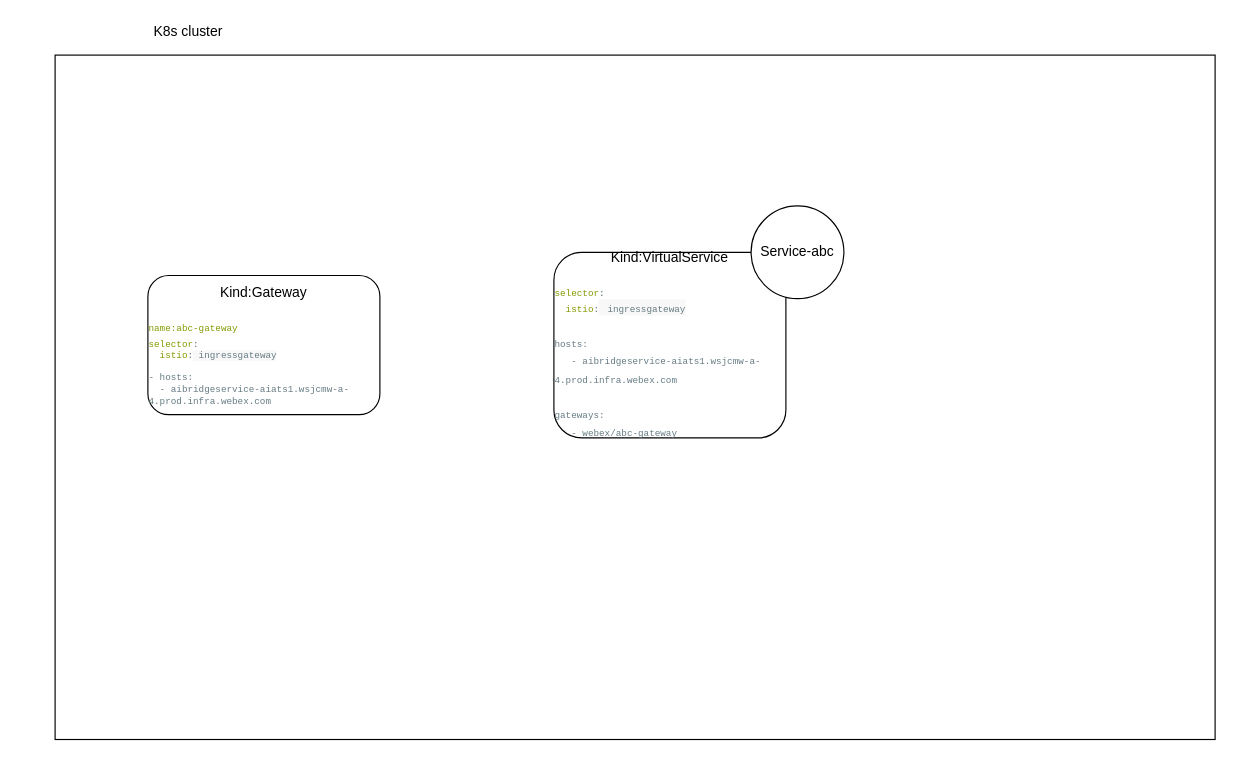
This is WEBEX-Istio-network-design.drawio from Tomoku-dm/diagrams_file, a draw.io file, before an edit. Source tidied: cells renumbered, new cells numbered last; positions are measured from the earlier drawing's top-left corner, leaving out a move shared by most shapes. Both pictures are drawn from the tidied source at 116%, with x=0, y=0 at pixel (55, 20).
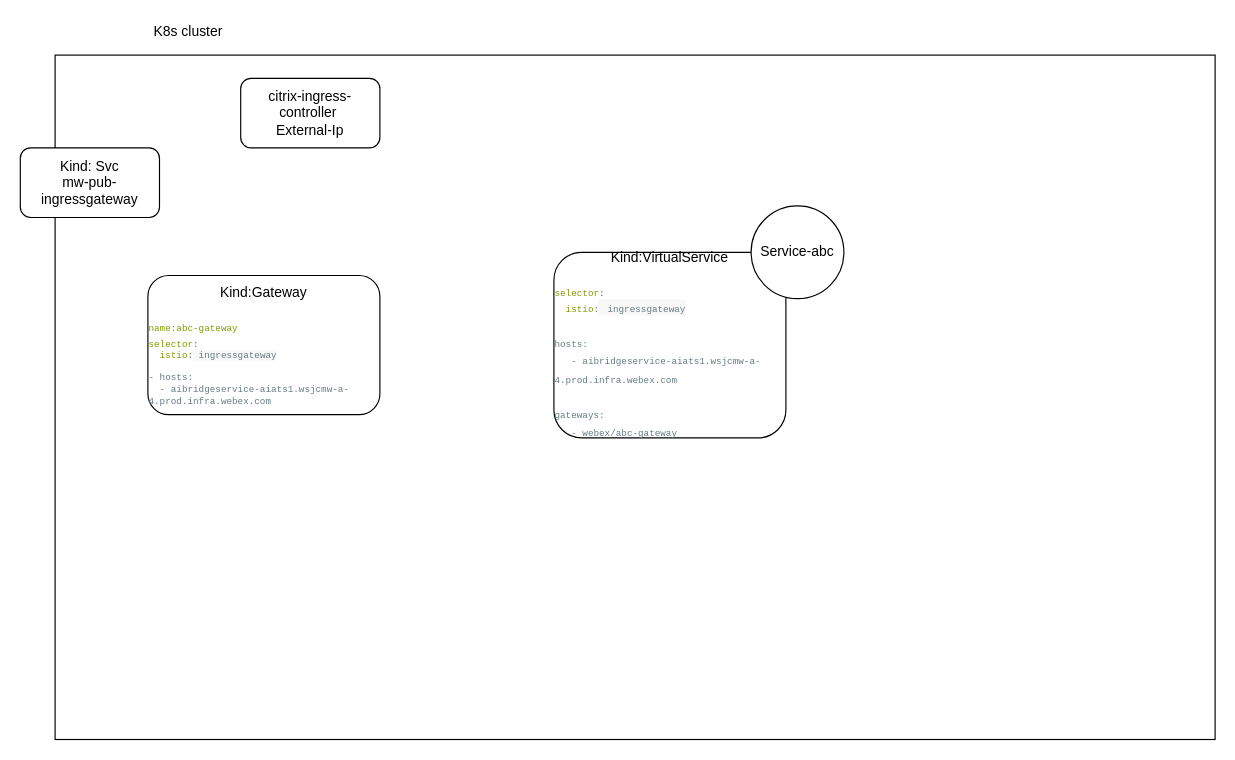
The same diagram, later.

Diff of the diagram source:
```diff
@@
 <mxGraphModel>
   <root>
     <mxCell id="0" />
     <mxCell id="1" parent="0" />
     <mxCell id="2" style="rounded=0;whiteSpace=wrap;html=1;" parent="1" vertex="1">
       <mxGeometry y="30" width="1000" height="590" as="geometry" />
     </mxCell>
     <mxCell id="3" value="K8s cluster" style="text;html=1;strokeColor=none;fillColor=none;align=center;verticalAlign=middle;whiteSpace=wrap;rounded=0;" parent="1" vertex="1">
       <mxGeometry x="70" width="90" height="20" as="geometry" />
     </mxCell>
     <mxCell id="4" value="Kind:Gateway&lt;br&gt;&lt;br&gt;&lt;div style=&quot;text-align: left;&quot;&gt;&lt;span style=&quot;font-size: 8px; background-color: initial; margin: 0px; padding: 0px; border: 0px; font-variant-numeric: inherit; font-variant-east-asian: inherit; font-variant-alternates: inherit; font-stretch: inherit; line-height: inherit; font-family: Consolas, Monaco, &amp;quot;Andale Mono&amp;quot;, monospace; font-optical-sizing: inherit; font-kerning: inherit; font-feature-settings: inherit; font-variation-settings: inherit; vertical-align: baseline; color: rgb(133, 153, 0);&quot; class=&quot;token key atrule&quot;&gt;name:abc-gateway&lt;br&gt;selector&lt;/span&gt;&lt;span style=&quot;font-size: 8px; background-color: initial; margin: 0px; padding: 0px; border: 0px; font-variant-numeric: inherit; font-variant-east-asian: inherit; font-variant-alternates: inherit; font-stretch: inherit; line-height: inherit; font-family: Consolas, Monaco, &amp;quot;Andale Mono&amp;quot;, monospace; font-optical-sizing: inherit; font-kerning: inherit; font-feature-settings: inherit; font-variation-settings: inherit; vertical-align: baseline; color: rgb(88, 110, 117);&quot; class=&quot;token punctuation&quot;&gt;:&lt;/span&gt;&lt;/div&gt;   &lt;font style=&quot;font-size: 8px;&quot;&gt;&lt;div style=&quot;text-align: left;&quot;&gt;&lt;span style=&quot;background-color: initial; margin: 0px; padding: 0px; border: 0px; font-variant-numeric: inherit; font-variant-east-asian: inherit; font-variant-alternates: inherit; font-stretch: inherit; line-height: inherit; font-family: Consolas, Monaco, &amp;quot;Andale Mono&amp;quot;, monospace; font-optical-sizing: inherit; font-kerning: inherit; font-feature-settings: inherit; font-variation-settings: inherit; vertical-align: baseline; color: rgb(133, 153, 0);&quot; class=&quot;token key atrule&quot;&gt;&amp;nbsp; istio&lt;/span&gt;&lt;span style=&quot;background-color: initial; margin: 0px; padding: 0px; border: 0px; font-variant-numeric: inherit; font-variant-east-asian: inherit; font-variant-alternates: inherit; font-stretch: inherit; line-height: inherit; font-family: Consolas, Monaco, &amp;quot;Andale Mono&amp;quot;, monospace; font-optical-sizing: inherit; font-kerning: inherit; font-feature-settings: inherit; font-variation-settings: inherit; vertical-align: baseline; color: rgb(88, 110, 117);&quot; class=&quot;token punctuation&quot;&gt;:&lt;/span&gt;&lt;span style=&quot;color: rgb(101, 123, 131); font-family: Consolas, Monaco, &amp;quot;Andale Mono&amp;quot;, monospace; background-color: rgb(248, 248, 248);&quot;&gt; ingressgateway&lt;br&gt;&lt;br&gt;&lt;div&gt;- hosts:&lt;/div&gt;&lt;div&gt;&amp;nbsp; - aibridgeservice-aiats1.wsjcmw-a-4.prod.infra.webex.com&lt;/div&gt;&lt;/span&gt;&lt;/div&gt;&lt;/font&gt;" style="rounded=1;whiteSpace=wrap;html=1;" parent="1" vertex="1">
       <mxGeometry x="80" y="220" width="200" height="120" as="geometry" />
     </mxCell>
     <mxCell id="5" style="group;" parent="1" vertex="1">
       <mxGeometry x="430" y="160" width="250" height="200" as="geometry" />
     </mxCell>
     <mxCell id="6" value="Kind:VirtualService&lt;br&gt;&lt;br&gt;&lt;div style=&quot;text-align: left;&quot;&gt;&lt;span style=&quot;font-size: 8px; background-color: initial; margin: 0px; padding: 0px; border: 0px; font-variant-numeric: inherit; font-variant-east-asian: inherit; font-variant-alternates: inherit; font-stretch: inherit; line-height: inherit; font-family: Consolas, Monaco, &amp;quot;Andale Mono&amp;quot;, monospace; font-optical-sizing: inherit; font-kerning: inherit; font-feature-settings: inherit; font-variation-settings: inherit; vertical-align: baseline; color: rgb(133, 153, 0);&quot; class=&quot;token key atrule&quot;&gt;selector&lt;/span&gt;&lt;span style=&quot;font-size: 8px; background-color: initial; margin: 0px; padding: 0px; border: 0px; font-variant-numeric: inherit; font-variant-east-asian: inherit; font-variant-alternates: inherit; font-stretch: inherit; line-height: inherit; font-family: Consolas, Monaco, &amp;quot;Andale Mono&amp;quot;, monospace; font-optical-sizing: inherit; font-kerning: inherit; font-feature-settings: inherit; font-variation-settings: inherit; vertical-align: baseline; color: rgb(88, 110, 117);&quot; class=&quot;token punctuation&quot;&gt;:&lt;/span&gt;&lt;/div&gt;   &lt;font style=&quot;&quot;&gt;&lt;div style=&quot;text-align: left;&quot;&gt;&lt;span style=&quot;font-size: 8px; background-color: initial; margin: 0px; padding: 0px; border: 0px; font-variant-numeric: inherit; font-variant-east-asian: inherit; font-variant-alternates: inherit; font-stretch: inherit; line-height: inherit; font-family: Consolas, Monaco, &amp;quot;Andale Mono&amp;quot;, monospace; font-optical-sizing: inherit; font-kerning: inherit; font-feature-settings: inherit; font-variation-settings: inherit; vertical-align: baseline; color: rgb(133, 153, 0);&quot; class=&quot;token key atrule&quot;&gt;&amp;nbsp; istio&lt;/span&gt;&lt;span style=&quot;font-size: 8px; background-color: initial; margin: 0px; padding: 0px; border: 0px; font-variant-numeric: inherit; font-variant-east-asian: inherit; font-variant-alternates: inherit; font-stretch: inherit; line-height: inherit; font-family: Consolas, Monaco, &amp;quot;Andale Mono&amp;quot;, monospace; font-optical-sizing: inherit; font-kerning: inherit; font-feature-settings: inherit; font-variation-settings: inherit; vertical-align: baseline; color: rgb(88, 110, 117);&quot; class=&quot;token punctuation&quot;&gt;:&lt;/span&gt;&lt;span style=&quot;background-color: rgb(248, 248, 248);&quot;&gt;&lt;font face=&quot;Consolas, Monaco, Andale Mono, monospace&quot; color=&quot;#657b83&quot;&gt; &lt;font style=&quot;font-size: 8px;&quot;&gt;ingressgateway&lt;/font&gt;&lt;/font&gt;&lt;br&gt;&lt;br&gt;&lt;div style=&quot;&quot;&gt;&lt;div style=&quot;&quot;&gt;&lt;font face=&quot;Consolas, Monaco, Andale Mono, monospace&quot; color=&quot;#657b83&quot;&gt;&lt;span style=&quot;font-size: 8px;&quot;&gt;hosts:&lt;/span&gt;&lt;/font&gt;&lt;/div&gt;&lt;div style=&quot;&quot;&gt;&lt;font face=&quot;Consolas, Monaco, Andale Mono, monospace&quot; color=&quot;#657b83&quot;&gt;&lt;span style=&quot;font-size: 8px;&quot;&gt;&amp;nbsp; &amp;nbsp;- aibridgeservice-aiats1.wsjcmw-a-4.prod.infra.webex.com&lt;br&gt;&lt;br&gt;&lt;/span&gt;&lt;/font&gt;&lt;/div&gt;&lt;div style=&quot;&quot;&gt;&lt;font face=&quot;Consolas, Monaco, Andale Mono, monospace&quot; color=&quot;#657b83&quot;&gt;&lt;span style=&quot;font-size: 8px;&quot;&gt;gateways:&lt;/span&gt;&lt;/font&gt;&lt;/div&gt;&lt;div style=&quot;&quot;&gt;&lt;font face=&quot;Consolas, Monaco, Andale Mono, monospace&quot; color=&quot;#657b83&quot;&gt;&lt;span style=&quot;font-size: 8px;&quot;&gt;&amp;nbsp; &amp;nbsp;- webex/abc-gateway&lt;/span&gt;&lt;/font&gt;&lt;/div&gt;&lt;/div&gt;&lt;/span&gt;&lt;/div&gt;&lt;/font&gt;" style="rounded=1;whiteSpace=wrap;html=1;" parent="5" vertex="1">
       <mxGeometry y="40" width="200" height="160" as="geometry" />
     </mxCell>
     <mxCell id="7" value="Service-abc" style="ellipse;whiteSpace=wrap;html=1;" parent="5" vertex="1">
       <mxGeometry x="170" width="80" height="80" as="geometry" />
     </mxCell>
+    <mxCell id="8" value="citrix-ingress-controller&amp;nbsp;&lt;br&gt;External-Ip" style="rounded=1;whiteSpace=wrap;html=1;" parent="1" vertex="1">
+      <mxGeometry x="160" y="50" width="120" height="60" as="geometry" />
+    </mxCell>
+    <mxCell id="9" value="Kind: Svc&lt;br&gt;mw-pub-ingressgateway&lt;br&gt;" style="rounded=1;whiteSpace=wrap;html=1;" parent="1" vertex="1">
+      <mxGeometry x="-30" y="110" width="120" height="60" as="geometry" />
+    </mxCell>
   </root>
 </mxGraphModel>
```
